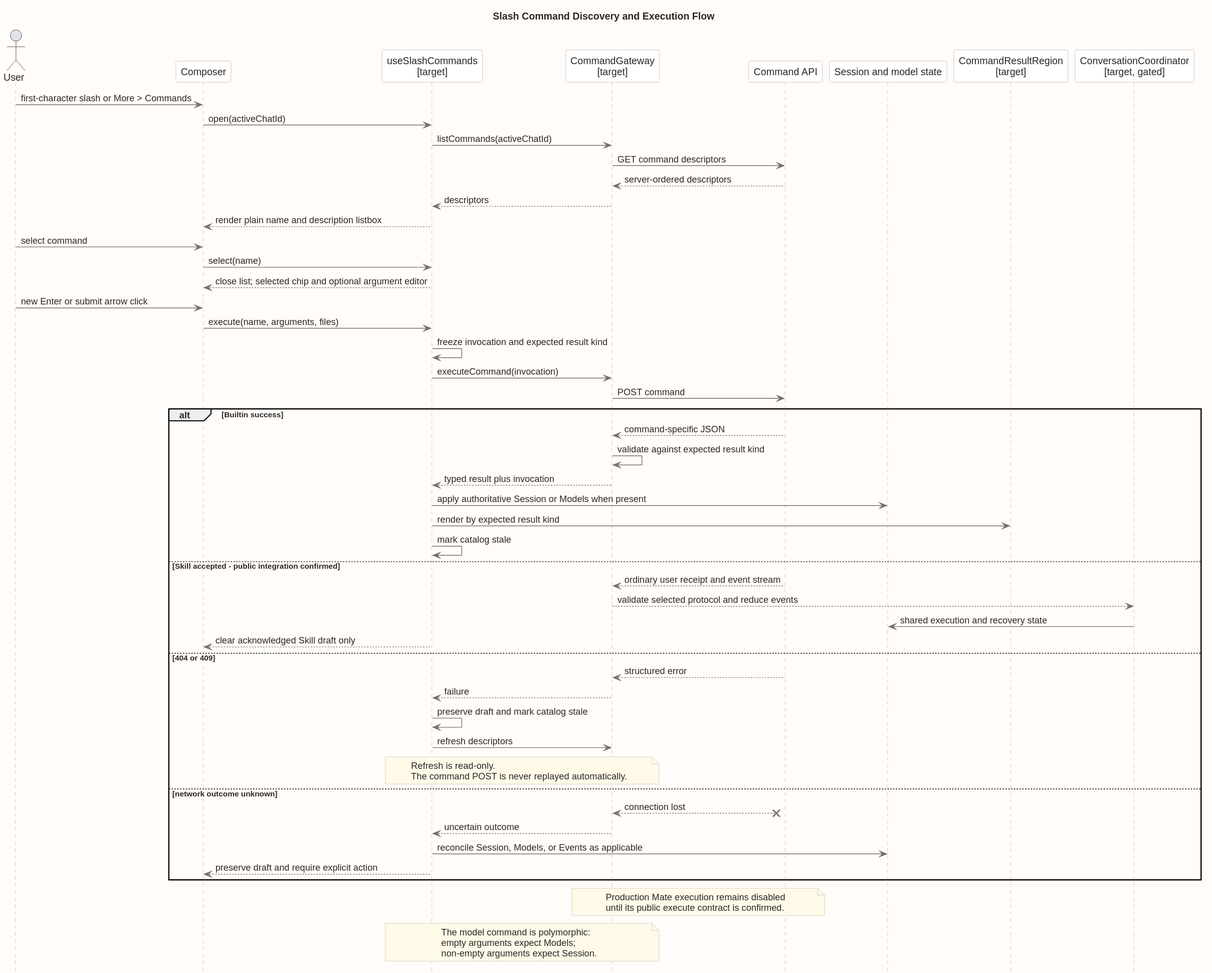
This is 04-命令与技能/00-Slash-Command通用模块/前端设计/slash_command_execution_flow.svg from ssm0808/pi-mono-java-design, a PlantUML export, as it was before one commit.
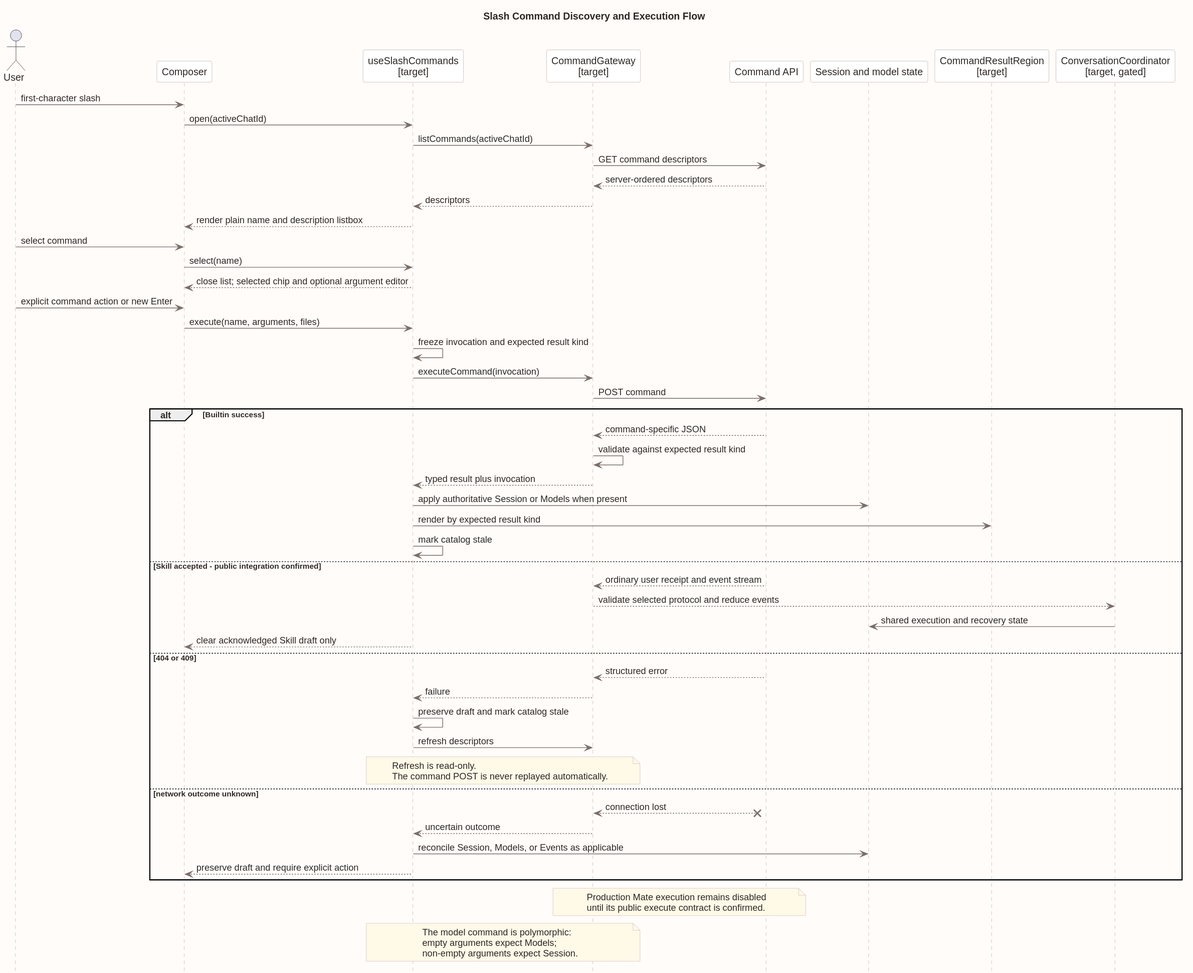
The same file after the commit.

Change to the diagram source:
```diff
@@ -24,7 +24,7 @@
 participant "CommandResultRegion\n[target]" as Result
 participant "ConversationCoordinator\n[target, gated]" as Conversation
 
-User -> Composer : first-character slash or More > Commands
+User -> Composer : first-character slash
 Composer -> Slash : open(activeChatId)
 Slash -> Gateway : listCommands(activeChatId)
 Gateway -> Api : GET command descriptors
@@ -35,7 +35,7 @@
 User -> Composer : select command
 Composer -> Slash : select(name)
 Slash --> Composer : close list; selected chip and optional argument editor
-User -> Composer : new Enter or submit arrow click
+User -> Composer : explicit command action or new Enter
 Composer -> Slash : execute(name, arguments, files)
 Slash -> Slash : freeze invocation and expected result kind
 Slash -> Gateway : executeCommand(invocation)
```
